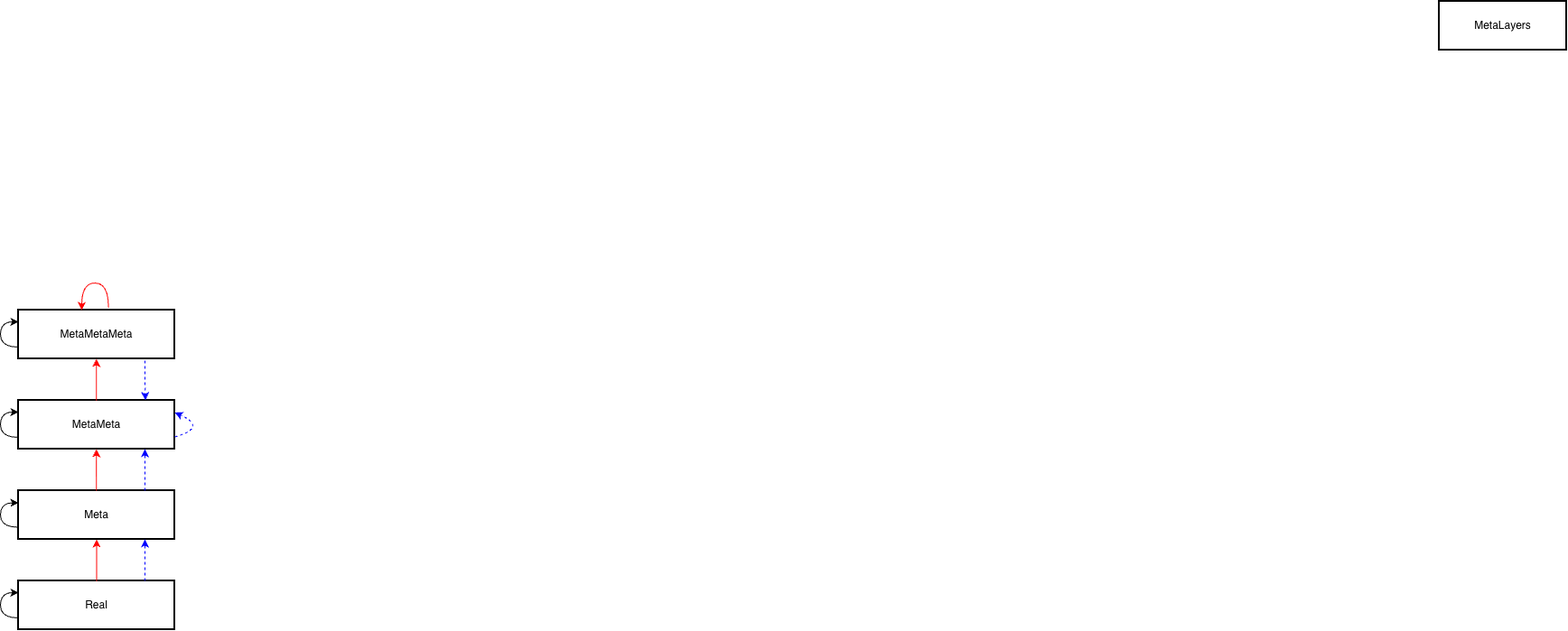
kneissler/trigraph keeps this draw.io diagram as MetaLayersScheme.drawio.png. Above is the earlier version. Source tidied: cells renumbered, new cells last; positions are measured from the earlier drawing's top-left corner, leaving out a move shared by most shapes.
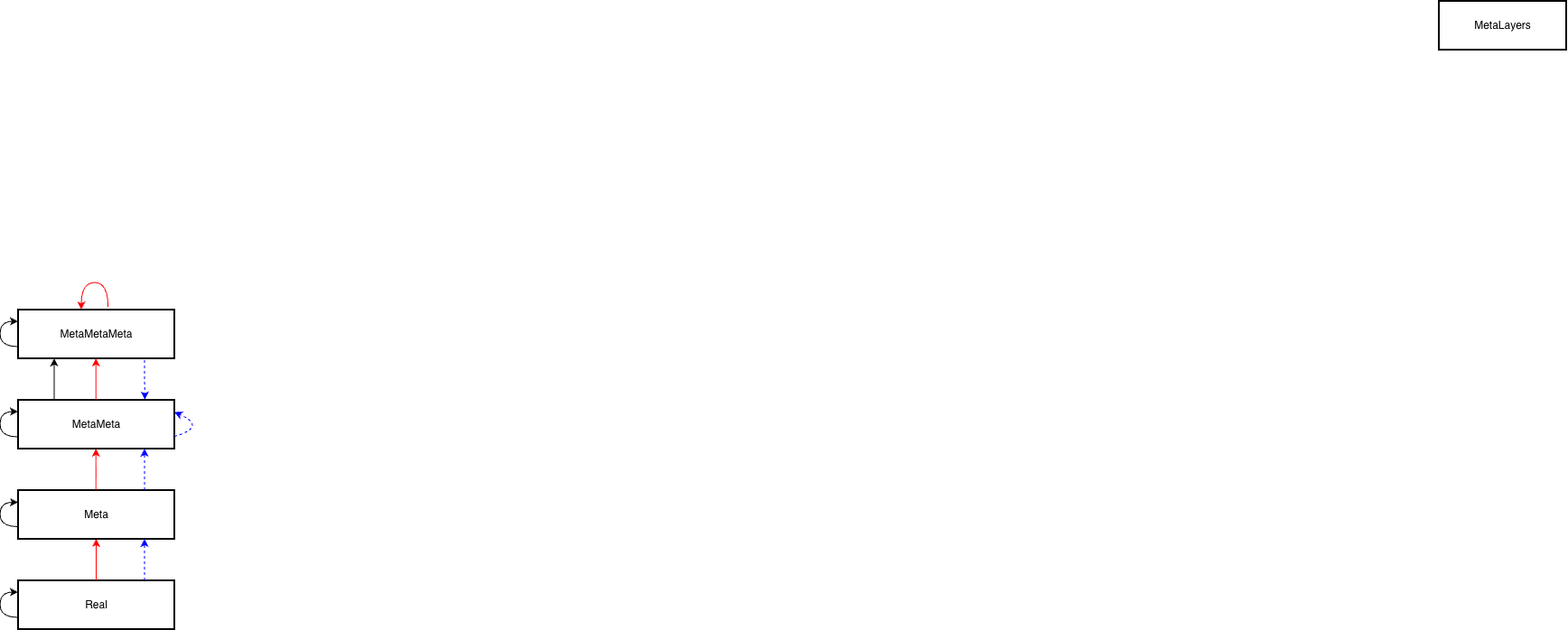
Above is the later version.

Change to the diagram source:
```diff
@@ -107,5 +107,11 @@
         </Array>
       </mxGeometry>
     </mxCell>
+    <mxCell id="19" style="endArrow=classic;html=1;rounded=0;exitX=0.5;exitY=0;exitDx=0;exitDy=0;entryX=0.5;entryY=1;entryDx=0;entryDy=0;strokeColor=#000000;" parent="1" edge="1">
+      <mxGeometry relative="1" as="geometry">
+        <mxPoint x="60" y="442" as="sourcePoint" />
+        <mxPoint x="60" y="396" as="targetPoint" />
+      </mxGeometry>
+    </mxCell>
   </root>
 </mxGraphModel>
```
